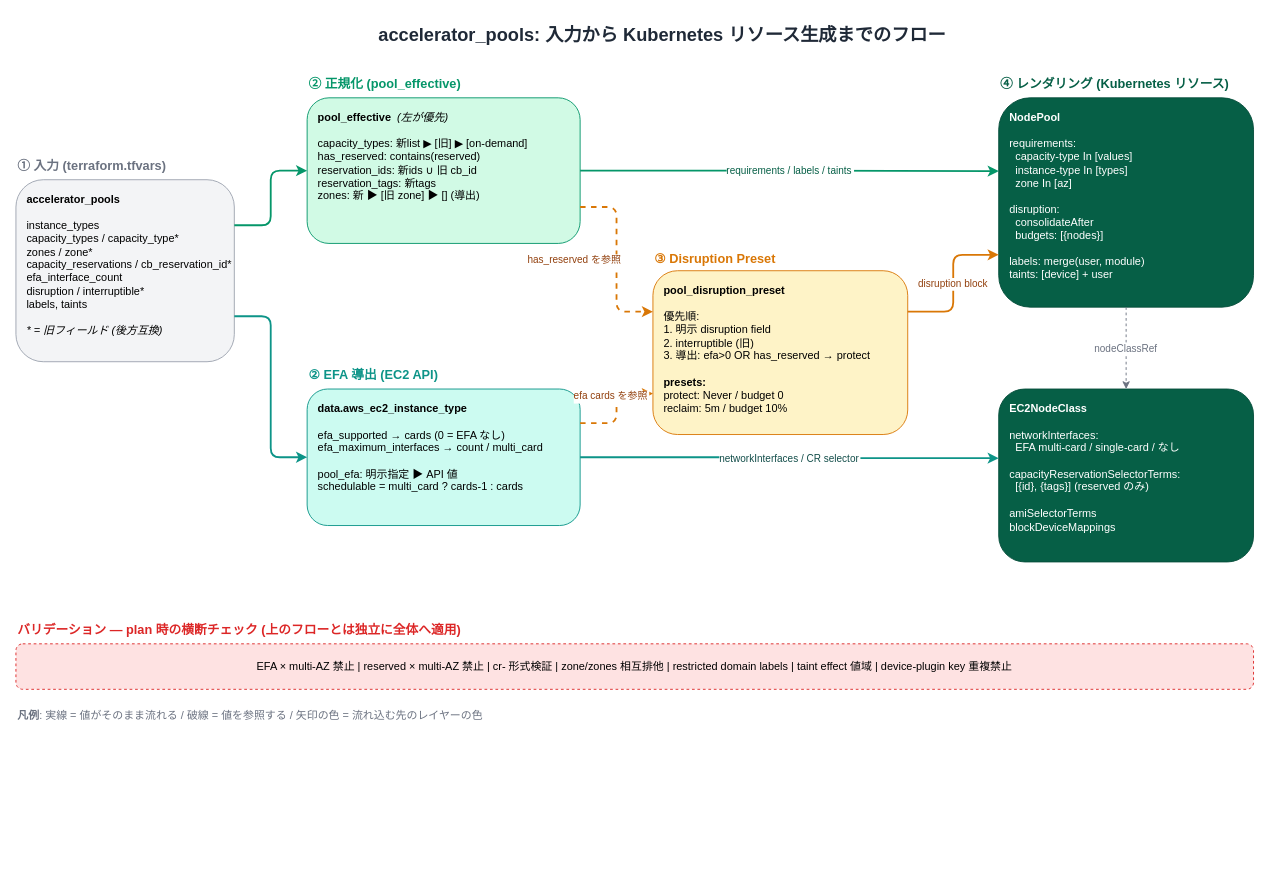
littlemex/zenn keeps this draw.io diagram as diagrams/books/eks-distributed-ai/accelerator-pools-logic.drawio. Above is the earlier version. Source tidied: cells renumbered, new cells numbered last; positions are measured from the earlier drawing's top-left corner, leaving out a move shared by most shapes. Both pictures are drawn from the tidied source at 91%, with x=0, y=0 at pixel (15, 15).
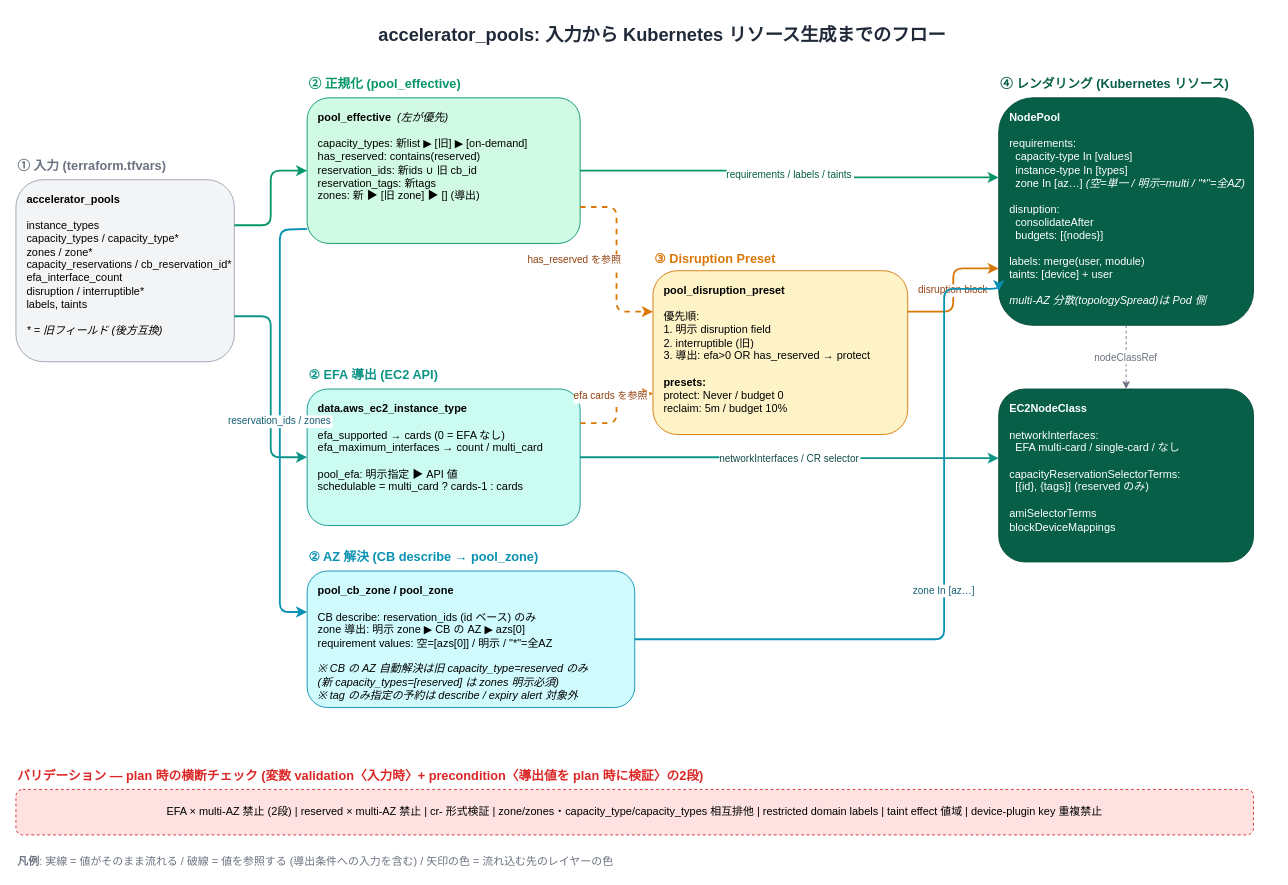
After the change.

Commit message (it also covers changes not shown here):
docs(eks-distributed-ai): manage accelerator pools via a cp-able auto.tfvars and note multi-tenant limits

Unchanged cells that the change refers to:
```xml
<mxCell id="6" value="&lt;b&gt;pool_effective&lt;/b&gt;&amp;nbsp;&amp;nbsp;&lt;i&gt;(左が優先)&lt;/i&gt;&lt;br&gt;&lt;br&gt;capacity_types: 新list ▶ [旧] ▶ [on-demand]&lt;br&gt;has_reserved: contains(reserved)&lt;br&gt;reservation_ids: 新ids ∪ 旧 cb_id&lt;br&gt;reservation_tags: 新tags&lt;br&gt;zones: 新 ▶ [旧 zone] ▶ [] (導出)" style="rounded=1;whiteSpace=wrap;html=1;fillColor=#D1FAE5;strokeColor=#059669;fontSize=12;align=left;spacingLeft=10;verticalAlign=top;spacingTop=8;" parent="1" vertex="1">
  <mxGeometry x="320" y="90" width="300" height="160" as="geometry" />
</mxCell>
```

The edit, as a diff of the source:
```diff
@@
+    <mxCell id="25" value="② AZ 解決 (CB describe → pool_zone)" style="text;html=1;align=left;fontSize=14;fontStyle=1;fontColor=#0891B2;" parent="1" vertex="1">
+      <mxGeometry x="320" y="580" width="360" height="24" as="geometry" />
+    </mxCell>
+    <mxCell id="26" value="&lt;b&gt;pool_cb_zone / pool_zone&lt;/b&gt;&lt;br&gt;&lt;br&gt;CB describe: reservation_ids (id ベース) のみ&lt;br&gt;zone 導出: 明示 zone ▶ CB の AZ ▶ azs[0]&lt;br&gt;requirement values: 空=[azs[0]] / 明示 / &quot;*&quot;=全AZ&lt;br&gt;&lt;br&gt;&lt;i&gt;※ CB の AZ 自動解決は旧 capacity_type=reserved のみ&lt;br&gt;(新 capacity_types=[reserved] は zones 明示必須)&lt;br&gt;※ tag のみ指定の予約は describe / expiry alert 対象外&lt;/i&gt;" style="rounded=1;whiteSpace=wrap;html=1;fillColor=#CFFAFE;strokeColor=#0891B2;fontSize=12;align=left;spacingLeft=10;verticalAlign=top;spacingTop=8;" parent="1" vertex="1">
+      <mxGeometry x="320" y="610" width="360" height="150" as="geometry" />
+    </mxCell>
@@
-    <mxCell id="12" value="&lt;b&gt;NodePool&lt;/b&gt;&lt;br&gt;&lt;br&gt;requirements:&lt;br&gt;&amp;nbsp;&amp;nbsp;capacity-type In [values]&lt;br&gt;&amp;nbsp;&amp;nbsp;instance-type In [types]&lt;br&gt;&amp;nbsp;&amp;nbsp;zone In [az]&lt;br&gt;&lt;br&gt;disruption:&lt;br&gt;&amp;nbsp;&amp;nbsp;consolidateAfter&lt;br&gt;&amp;nbsp;&amp;nbsp;budgets: [{nodes}]&lt;br&gt;&lt;br&gt;labels: merge(user, module)&lt;br&gt;taints: [device] + user" style="rounded=1;whiteSpace=wrap;html=1;fillColor=#065F46;strokeColor=#064E3B;fontColor=#FFFFFF;fontSize=12;align=left;spacingLeft=10;verticalAlign=top;spacingTop=8;" parent="1" vertex="1">
-      <mxGeometry x="1080" y="90" width="280" height="230" as="geometry" />
+    <mxCell id="12" value="&lt;b&gt;NodePool&lt;/b&gt;&lt;br&gt;&lt;br&gt;requirements:&lt;br&gt;&amp;nbsp;&amp;nbsp;capacity-type In [values]&lt;br&gt;&amp;nbsp;&amp;nbsp;instance-type In [types]&lt;br&gt;&amp;nbsp;&amp;nbsp;zone In [az…] &lt;i&gt;(空=単一 / 明示=multi / &quot;*&quot;=全AZ)&lt;/i&gt;&lt;br&gt;&lt;br&gt;disruption:&lt;br&gt;&amp;nbsp;&amp;nbsp;consolidateAfter&lt;br&gt;&amp;nbsp;&amp;nbsp;budgets: [{nodes}]&lt;br&gt;&lt;br&gt;labels: merge(user, module)&lt;br&gt;taints: [device] + user&lt;br&gt;&lt;br&gt;&lt;i&gt;multi-AZ 分散(topologySpread)は Pod 側&lt;/i&gt;" style="rounded=1;whiteSpace=wrap;html=1;fillColor=#065F46;strokeColor=#064E3B;fontColor=#FFFFFF;fontSize=12;align=left;spacingLeft=10;verticalAlign=top;spacingTop=8;" parent="1" vertex="1">
+      <mxGeometry x="1080" y="90" width="280" height="250" as="geometry" />
     </mxCell>
@@
+    <mxCell id="27" value="reservation_ids / zones" style="edgeStyle=orthogonalEdgeStyle;rounded=1;strokeWidth=2;strokeColor=#0891B2;fontSize=11;fontColor=#155E75;labelBackgroundColor=#FFFFFF;exitX=0;exitY=0.9;exitDx=0;exitDy=0;entryX=0;entryY=0.3;entryDx=0;entryDy=0;" parent="1" edge="1" source="6" target="26">
+      <mxGeometry relative="1" as="geometry">
+        <Array as="points">
+          <mxPoint x="290" y="235" />
+          <mxPoint x="290" y="655" />
+        </Array>
+      </mxGeometry>
+    </mxCell>
+    <mxCell id="28" value="zone In [az…]" style="edgeStyle=orthogonalEdgeStyle;rounded=1;strokeWidth=2;strokeColor=#0891B2;fontSize=11;fontColor=#155E75;labelBackgroundColor=#FFFFFF;exitX=1;exitY=0.5;exitDx=0;exitDy=0;entryX=0;entryY=0.85;entryDx=0;entryDy=0;" parent="1" edge="1" source="26" target="12">
+      <mxGeometry relative="1" as="geometry">
+        <Array as="points">
+          <mxPoint x="1020" y="685" />
+          <mxPoint x="1020" y="300" />
+        </Array>
+      </mxGeometry>
+    </mxCell>
-    <mxCell id="22" value="バリデーション — plan 時の横断チェック (上のフローとは独立に全体へ適用)" style="text;html=1;align=left;fontSize=14;fontStyle=1;fontColor=#DC2626;" parent="1" vertex="1">
-      <mxGeometry y="660" width="700" height="24" as="geometry" />
+    <mxCell id="22" value="バリデーション — plan 時の横断チェック (変数 validation〈入力時〉+ precondition〈導出値を plan 時に検証〉の2段)" style="text;html=1;align=left;fontSize=14;fontStyle=1;fontColor=#DC2626;" parent="1" vertex="1">
+      <mxGeometry y="820" width="900" height="24" as="geometry" />
     </mxCell>
-    <mxCell id="23" value="EFA × multi-AZ 禁止  |  reserved × multi-AZ 禁止  |  cr- 形式検証  |  zone/zones 相互排他  |  restricted domain labels  |  taint effect 値域  |  device-plugin key 重複禁止" style="rounded=1;whiteSpace=wrap;html=1;fillColor=#FEE2E2;strokeColor=#DC2626;dashed=1;fontSize=12;align=center;" parent="1" vertex="1">
-      <mxGeometry y="690" width="1360" height="50" as="geometry" />
+    <mxCell id="23" value="EFA × multi-AZ 禁止 (2段)  |  reserved × multi-AZ 禁止  |  cr- 形式検証  |  zone/zones・capacity_type/capacity_types 相互排他  |  restricted domain labels  |  taint effect 値域  |  device-plugin key 重複禁止" style="rounded=1;whiteSpace=wrap;html=1;fillColor=#FEE2E2;strokeColor=#DC2626;dashed=1;fontSize=12;align=center;" parent="1" vertex="1">
+      <mxGeometry y="850" width="1360" height="50" as="geometry" />
     </mxCell>
-    <mxCell id="24" value="&lt;b&gt;凡例&lt;/b&gt;: 実線 = 値がそのまま流れる / 破線 = 値を参照する / 矢印の色 = 流れ込む先のレイヤーの色" style="text;html=1;align=left;fontSize=12;fontColor=#6B7280;" parent="1" vertex="1">
-      <mxGeometry y="755" width="900" height="24" as="geometry" />
+    <mxCell id="24" value="&lt;b&gt;凡例&lt;/b&gt;: 実線 = 値がそのまま流れる / 破線 = 値を参照する (導出条件への入力を含む) / 矢印の色 = 流れ込む先のレイヤーの色" style="text;html=1;align=left;fontSize=12;fontColor=#6B7280;" parent="1" vertex="1">
+      <mxGeometry y="915" width="1100" height="24" as="geometry" />
     </mxCell>
```
